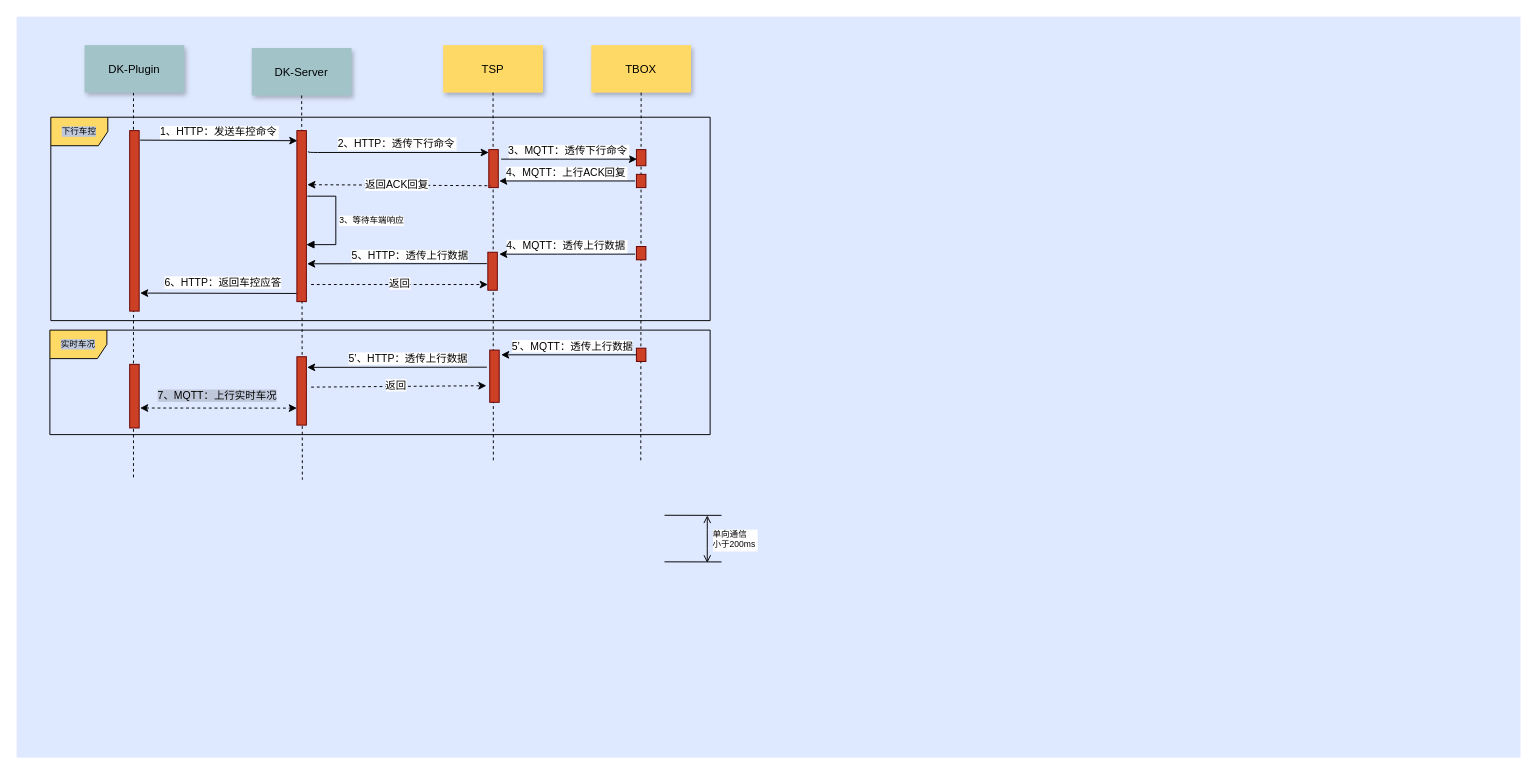
This is A02-Dk-Tsp细化tsp-tbox.drawio from jianguocong/chart, a draw.io file, before an edit. Source tidied: cells renumbered, new cells numbered last; positions are measured from the earlier drawing's top-left corner, leaving out a move shared by most shapes. Both pictures are drawn from the tidied source at 95%, with x=0, y=0 at pixel (16, 16).
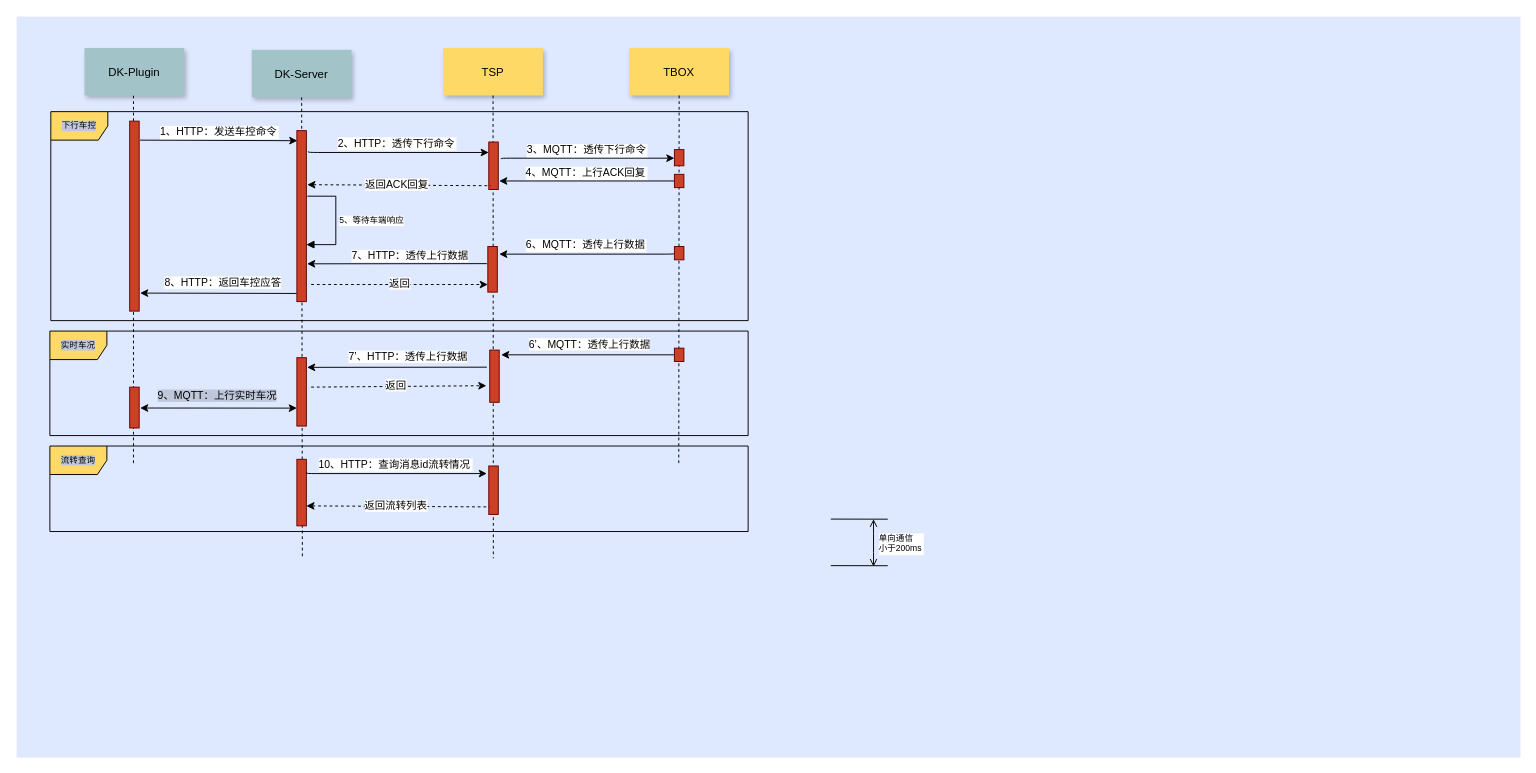
The same page after the edit.

Unchanged cells that the change refers to:
```xml
<mxCell id="2" style="fillColor=#DEE8FF;strokeColor=none;" parent="1" vertex="1">
  <mxGeometry width="1583" height="780" as="geometry" />
</mxCell>
<mxCell id="18" style="edgeStyle=none;verticalLabelPosition=top;verticalAlign=bottom;endArrow=none;startArrow=classic;entryX=0;entryY=1;entryDx=0;entryDy=0;exitX=0.975;exitY=0.54;exitDx=0;exitDy=0;exitPerimeter=0;" parent="1" edge="1">
  <mxGeometry x="375" y="189.5" as="geometry">
    <mxPoint x="305.8" y="260.2" as="sourcePoint" />
    <mxPoint x="495" y="260" as="targetPoint" />
  </mxGeometry>
</mxCell>
<mxCell id="20" style="edgeStyle=none;verticalLabelPosition=top;verticalAlign=bottom;endArrow=none;startArrow=classic;entryX=-0.033;entryY=0.63;entryDx=0;entryDy=0;entryPerimeter=0;" parent="1" edge="1">
  <mxGeometry x="200.7" y="214.5" as="geometry">
    <mxPoint x="130" y="291" as="sourcePoint" />
    <mxPoint x="294.7" y="291.4" as="targetPoint" />
  </mxGeometry>
</mxCell>
<mxCell id="27" style="edgeStyle=none;verticalLabelPosition=top;verticalAlign=bottom;endArrow=none;startArrow=classic;entryX=0;entryY=1;entryDx=0;entryDy=0;exitX=0.975;exitY=0.54;exitDx=0;exitDy=0;exitPerimeter=0;" parent="1" edge="1">
  <mxGeometry x="375" y="298.5" as="geometry">
    <mxPoint x="305.8" y="369.2" as="sourcePoint" />
    <mxPoint x="495" y="369" as="targetPoint" />
  </mxGeometry>
</mxCell>
```

The edit, as a diff of the source:
```diff
@@
     <mxCell id="3" value="实时车况" style="shape=umlFrame;whiteSpace=wrap;html=1;labelBackgroundColor=#BFC8DB;fontSize=9;fillColor=#FFD966;" parent="1" vertex="1">
-      <mxGeometry x="35" y="330" width="695" height="110" as="geometry" />
+      <mxGeometry x="35" y="331" width="735" height="110" as="geometry" />
     </mxCell>
     <mxCell id="4" value="下行车控" style="shape=umlFrame;whiteSpace=wrap;html=1;labelBackgroundColor=#BFC8DB;fontSize=9;fillColor=#FFD966;" parent="1" vertex="1">
-      <mxGeometry x="36" y="105.9" width="694" height="214.1" as="geometry" />
+      <mxGeometry x="36" y="100" width="734" height="220" as="geometry" />
     </mxCell>
     <mxCell id="5" value="DK-Server" style="shadow=1;fillColor=#A2C4C9;strokeColor=none;" parent="1" vertex="1">
-      <mxGeometry x="247.5" y="33" width="105" height="50" as="geometry" />
+      <mxGeometry x="247.5" y="35" width="105" height="50" as="geometry" />
     </mxCell>
-    <mxCell id="6" style="edgeStyle=none;endArrow=none;dashed=1;entryX=0.19;entryY=0.625;entryDx=0;entryDy=0;entryPerimeter=0;" parent="1" edge="1" source="5" target="2">
+    <mxCell id="6" style="edgeStyle=none;endArrow=none;dashed=1;entryX=0.19;entryY=0.731;entryDx=0;entryDy=0;entryPerimeter=0;" parent="1" edge="1" source="5" target="2">
       <mxGeometry x="224.8" y="168" as="geometry" />
     </mxCell>
@@
-    <mxCell id="9" style="edgeStyle=elbowEdgeStyle;elbow=horizontal;endArrow=none;dashed=1;entryX=0.078;entryY=0.625;entryDx=0;entryDy=0;entryPerimeter=0;" parent="1" edge="1" source="31" target="2">
-      <mxGeometry x="230" y="310" as="geometry" />
+    <mxCell id="9" style="edgeStyle=elbowEdgeStyle;elbow=horizontal;endArrow=none;dashed=1;" parent="1" edge="1" source="31">
+      <mxGeometry x="230" y="310" as="geometry">
+        <mxPoint x="123" y="470" as="targetPoint" />
+      </mxGeometry>
     </mxCell>
-    <mxCell id="10" style="edgeStyle=none;verticalLabelPosition=top;verticalAlign=bottom;endArrow=classic;startArrow=classic;dashed=1;entryX=0.1;entryY=0.915;entryDx=0;entryDy=0;entryPerimeter=0;endFill=1;" parent="1" edge="1">
+    <mxCell id="10" style="edgeStyle=none;verticalLabelPosition=top;verticalAlign=bottom;endArrow=classic;startArrow=classic;entryX=0.1;entryY=0.915;entryDx=0;entryDy=0;entryPerimeter=0;endFill=1;" parent="1" edge="1">
       <mxGeometry x="219" y="316.3" as="geometry">
         <mxPoint x="130" y="412" as="sourcePoint" />
         <mxPoint x="295" y="412.1" as="targetPoint" />
       </mxGeometry>
     </mxCell>
-    <mxCell id="11" value="7、MQTT：上行实时车况" style="edgeLabel;html=1;align=center;verticalAlign=middle;labelBackgroundColor=#BFC8DB;" parent="10" vertex="1">
+    <mxCell id="11" value="9、MQTT：上行实时车况" style="edgeLabel;html=1;align=center;verticalAlign=middle;labelBackgroundColor=#BFC8DB;" parent="10" vertex="1">
       <mxGeometry relative="1" as="geometry">
         <mxPoint x="-2" y="-14" as="offset" />
       </mxGeometry>
     </mxCell>
     <mxCell id="12" style="fillColor=#CC4125;strokeColor=#660000;" parent="1" vertex="1">
-      <mxGeometry x="119" y="120" width="10" height="190" as="geometry" />
+      <mxGeometry x="119" y="110" width="10" height="200" as="geometry" />
     </mxCell>
     <mxCell id="13" value="TSP" style="shadow=1;fillColor=#FFD966;strokeColor=none;" parent="1" vertex="1">
-      <mxGeometry x="449" y="30" width="105" height="50" as="geometry" />
+      <mxGeometry x="449" y="33" width="105" height="50" as="geometry" />
     </mxCell>
-    <mxCell id="14" style="edgeStyle=none;endArrow=none;dashed=1;entryX=0.317;entryY=0.6;entryDx=0;entryDy=0;entryPerimeter=0;" parent="1" edge="1" source="13" target="2">
+    <mxCell id="14" style="edgeStyle=none;endArrow=none;dashed=1;entryX=0.317;entryY=0.731;entryDx=0;entryDy=0;entryPerimeter=0;" parent="1" edge="1" source="13" target="2">
       <mxGeometry x="614.5" y="175" as="geometry" />
     </mxCell>
     <mxCell id="15" style="fillColor=#CC4125;strokeColor=#660000;" parent="1" vertex="1">
-      <mxGeometry x="497" y="140" width="10" height="40" as="geometry" />
+      <mxGeometry x="497" y="132" width="10" height="50" as="geometry" />
     </mxCell>
     <mxCell id="16" value="TBOX" style="shadow=1;fillColor=#FFD966;strokeColor=none;" parent="1" vertex="1">
-      <mxGeometry x="604.9" y="30" width="105" height="50" as="geometry" />
+      <mxGeometry x="644.9" y="33" width="105" height="50" as="geometry" />
     </mxCell>
@@
-    <mxCell id="19" value="5、HTTP：透传上行数据" style="edgeLabel;html=1;align=center;verticalAlign=middle;" parent="18" vertex="1">
+    <mxCell id="19" value="7、HTTP：透传上行数据" style="edgeLabel;html=1;align=center;verticalAlign=middle;" parent="18" vertex="1">
       <mxGeometry relative="1" as="geometry">
         <mxPoint x="13" y="-9" as="offset" />
       </mxGeometry>
     </mxCell>
@@
-    <mxCell id="21" value="6、HTTP：返回车控应答" style="edgeLabel;html=1;align=center;verticalAlign=middle;" parent="20" vertex="1">
+    <mxCell id="21" value="8、HTTP：返回车控应答" style="edgeLabel;html=1;align=center;verticalAlign=middle;" parent="20" vertex="1">
       <mxGeometry relative="1" as="geometry">
         <mxPoint x="5" y="-12" as="offset" />
       </mxGeometry>
     </mxCell>
@@
-    <mxCell id="26" value="3、等待车端响应" style="edgeStyle=orthogonalEdgeStyle;html=1;align=left;spacingLeft=2;endArrow=block;rounded=0;entryX=1;entryY=0.5;fontSize=9;entryDx=0;entryDy=0;" parent="1" edge="1">
+    <mxCell id="26" value="5、等待车端响应" style="edgeStyle=orthogonalEdgeStyle;html=1;align=left;spacingLeft=2;endArrow=block;rounded=0;entryX=1;entryY=0.5;fontSize=9;entryDx=0;entryDy=0;" parent="1" edge="1">
       <mxGeometry relative="1" as="geometry">
         <mxPoint x="306" y="189" as="sourcePoint" />
         <mxPoint x="305" y="240" as="targetPoint" />
         <Array as="points">
           <mxPoint x="336" y="189" />
           <mxPoint x="336" y="240" />
         </Array>
       </mxGeometry>
     </mxCell>
@@
-    <mxCell id="28" value="5’、HTTP：透传上行数据" style="edgeLabel;html=1;align=center;verticalAlign=middle;" parent="27" vertex="1">
+    <mxCell id="28" value="7’、HTTP：透传上行数据" style="edgeLabel;html=1;align=center;verticalAlign=middle;" parent="27" vertex="1">
       <mxGeometry relative="1" as="geometry">
-        <mxPoint x="11" y="-10" as="offset" />
+        <mxPoint x="11" y="-12" as="offset" />
       </mxGeometry>
     </mxCell>
@@
     <mxCell id="31" value="DK-Plugin" style="shadow=1;fillColor=#A2C4C9;strokeColor=none;" parent="1" vertex="1">
-      <mxGeometry x="71.5" y="30" width="105" height="50" as="geometry" />
+      <mxGeometry x="71.5" y="33" width="105" height="50" as="geometry" />
     </mxCell>
     <mxCell id="32" value="单向通信&#10;小于200ms" style="edgeStyle=elbowEdgeStyle;elbow=horizontal;startArrow=open;endArrow=open;labelPosition=left;align=left;fontSize=9;" parent="1" edge="1">
-      <mxGeometry x="-29" y="223.7" as="geometry">
-        <mxPoint x="727" y="525" as="sourcePoint" />
-        <mxPoint x="727" y="575" as="targetPoint" />
+      <mxGeometry x="146" y="227.7" as="geometry">
+        <mxPoint x="902" y="529" as="sourcePoint" />
+        <mxPoint x="902" y="579" as="targetPoint" />
         <mxPoint x="4" as="offset" />
       </mxGeometry>
     </mxCell>
     <mxCell id="33" style="edgeStyle=none;verticalLabelPosition=top;verticalAlign=bottom;endArrow=none;startArrow=none;exitX=0.9;exitY=0.533;exitDx=0;exitDy=0;exitPerimeter=0;startFill=0;" parent="1" edge="1">
-      <mxGeometry x="725" y="324.2" as="geometry">
-        <mxPoint x="682" y="524.9" as="sourcePoint" />
-        <mxPoint x="742" y="525" as="targetPoint" />
+      <mxGeometry x="900" y="328.2" as="geometry">
+        <mxPoint x="857" y="528.9" as="sourcePoint" />
+        <mxPoint x="917" y="529" as="targetPoint" />
       </mxGeometry>
     </mxCell>
     <mxCell id="34" style="edgeStyle=none;verticalLabelPosition=top;verticalAlign=bottom;endArrow=none;startArrow=none;exitX=0.9;exitY=0.533;exitDx=0;exitDy=0;exitPerimeter=0;startFill=0;" parent="1" edge="1">
-      <mxGeometry x="725" y="373.2" as="geometry">
-        <mxPoint x="682" y="573.9" as="sourcePoint" />
-        <mxPoint x="742" y="574" as="targetPoint" />
+      <mxGeometry x="900" y="377.2" as="geometry">
+        <mxPoint x="857" y="577.9" as="sourcePoint" />
+        <mxPoint x="917" y="578" as="targetPoint" />
       </mxGeometry>
     </mxCell>
-    <mxCell id="35" style="edgeStyle=none;verticalLabelPosition=top;verticalAlign=bottom;endArrow=none;startArrow=classic;" parent="1" edge="1">
+    <mxCell id="35" style="edgeStyle=none;verticalLabelPosition=top;verticalAlign=bottom;endArrow=none;startArrow=classic;entryX=0;entryY=0.5;entryDx=0;entryDy=0;" parent="1" edge="1" target="47">
       <mxGeometry x="573" y="285.5" as="geometry">
         <mxPoint x="510" y="356" as="sourcePoint" />
-        <mxPoint x="655" y="356" as="targetPoint" />
       </mxGeometry>
     </mxCell>
-    <mxCell id="36" value="5’、MQTT：透传上行数据" style="edgeLabel;html=1;align=center;verticalAlign=middle;" parent="35" vertex="1">
+    <mxCell id="36" value="6’、MQTT：透传上行数据" style="edgeLabel;html=1;align=center;verticalAlign=middle;" parent="35" vertex="1">
       <mxGeometry relative="1" as="geometry">
-        <mxPoint x="1" y="-10" as="offset" />
+        <mxPoint x="1" y="-12" as="offset" />
       </mxGeometry>
     </mxCell>
-    <mxCell id="37" value="3、MQTT：透传下行命令" style="edgeStyle=elbowEdgeStyle;elbow=vertical;verticalLabelPosition=top;verticalAlign=bottom;entryX=0.3;entryY=0.113;entryDx=0;entryDy=0;entryPerimeter=0;" parent="1" edge="1">
+    <mxCell id="37" value="3、MQTT：透传下行命令" style="edgeStyle=elbowEdgeStyle;elbow=vertical;verticalLabelPosition=top;verticalAlign=bottom;entryX=0;entryY=0.5;entryDx=0;entryDy=0;" parent="1" edge="1" target="41">
       <mxGeometry y="-11" as="geometry">
         <mxPoint x="510" y="150" as="sourcePoint" />
-        <mxPoint x="653" y="150" as="targetPoint" />
         <mxPoint x="-1" as="offset" />
       </mxGeometry>
     </mxCell>
     <mxCell id="38" style="edgeStyle=none;endArrow=none;dashed=1;" parent="1" edge="1" source="16">
-      <mxGeometry x="582.2" y="165" as="geometry">
-        <mxPoint x="657" y="470" as="targetPoint" />
+      <mxGeometry x="622.2" y="165" as="geometry">
+        <mxPoint x="697" y="470" as="targetPoint" />
       </mxGeometry>
     </mxCell>
-    <mxCell id="39" value="4、MQTT：上行ACK回复" style="edgeStyle=elbowEdgeStyle;elbow=vertical;verticalLabelPosition=top;verticalAlign=bottom;entryX=0.3;entryY=0.113;entryDx=0;entryDy=0;entryPerimeter=0;startArrow=classic;startFill=1;endArrow=none;endFill=0;" parent="1" edge="1">
+    <mxCell id="39" value="4、MQTT：上行ACK回复" style="edgeStyle=elbowEdgeStyle;elbow=vertical;verticalLabelPosition=top;verticalAlign=bottom;entryX=0;entryY=0.5;entryDx=0;entryDy=0;startArrow=classic;startFill=1;endArrow=none;endFill=0;" parent="1" edge="1" target="40">
       <mxGeometry x="-2" y="-9" as="geometry">
         <mxPoint x="508" y="173" as="sourcePoint" />
-        <mxPoint x="651" y="173" as="targetPoint" />
         <mxPoint x="-1" as="offset" />
       </mxGeometry>
     </mxCell>
     <mxCell id="40" style="fillColor=#CC4125;strokeColor=#660000;" parent="1" vertex="1">
-      <mxGeometry x="652.4" y="166" width="10" height="14" as="geometry" />
+      <mxGeometry x="692.4" y="166" width="10" height="14" as="geometry" />
     </mxCell>
     <mxCell id="41" style="fillColor=#CC4125;strokeColor=#660000;" parent="1" vertex="1">
-      <mxGeometry x="652.4" y="140" width="10" height="17" as="geometry" />
+      <mxGeometry x="692.4" y="140" width="10" height="17" as="geometry" />
     </mxCell>
     <mxCell id="42" style="fillColor=#CC4125;strokeColor=#660000;" parent="1" vertex="1">
-      <mxGeometry x="496" y="248" width="10" height="40" as="geometry" />
+      <mxGeometry x="496" y="242" width="10" height="48" as="geometry" />
     </mxCell>
-    <mxCell id="43" value="4、MQTT：透传上行数据" style="edgeStyle=elbowEdgeStyle;elbow=vertical;verticalLabelPosition=top;verticalAlign=bottom;entryX=0.3;entryY=0.113;entryDx=0;entryDy=0;entryPerimeter=0;startArrow=classic;startFill=1;endArrow=none;endFill=0;" parent="1" edge="1">
+    <mxCell id="43" value="6、MQTT：透传上行数据" style="edgeStyle=elbowEdgeStyle;elbow=vertical;verticalLabelPosition=top;verticalAlign=bottom;entryX=0;entryY=0.5;entryDx=0;entryDy=0;startArrow=classic;startFill=1;endArrow=none;endFill=0;" parent="1" edge="1" target="44">
       <mxGeometry x="-2" y="68" as="geometry">
         <mxPoint x="508" y="250" as="sourcePoint" />
-        <mxPoint x="651" y="250" as="targetPoint" />
+        <Array as="points">
+          <mxPoint x="670" y="250" />
+        </Array>
         <mxPoint x="-1" as="offset" />
       </mxGeometry>
     </mxCell>
     <mxCell id="44" style="fillColor=#CC4125;strokeColor=#660000;" parent="1" vertex="1">
-      <mxGeometry x="652.4" y="242" width="10" height="14" as="geometry" />
+      <mxGeometry x="692.4" y="242" width="10" height="14" as="geometry" />
     </mxCell>
     <mxCell id="45" style="fillColor=#CC4125;strokeColor=#660000;" parent="1" vertex="1">
-      <mxGeometry x="295" y="358" width="10" height="72" as="geometry" />
+      <mxGeometry x="295" y="359" width="10" height="72" as="geometry" />
     </mxCell>
@@
     <mxCell id="47" style="fillColor=#CC4125;strokeColor=#660000;" parent="1" vertex="1">
-      <mxGeometry x="652.4" y="349" width="10" height="14" as="geometry" />
+      <mxGeometry x="692.4" y="349" width="10" height="14" as="geometry" />
     </mxCell>
     <mxCell id="48" style="fillColor=#CC4125;strokeColor=#660000;" parent="1" vertex="1">
-      <mxGeometry x="119" y="366" width="10" height="67" as="geometry" />
+      <mxGeometry x="119" y="390" width="10" height="43" as="geometry" />
     </mxCell>
+    <mxCell id="49" style="fillColor=#CC4125;strokeColor=#660000;" parent="1" vertex="1">
+      <mxGeometry x="295" y="466" width="10" height="70" as="geometry" />
+    </mxCell>
+    <mxCell id="50" value="10、HTTP：查询消息id流转情况" style="edgeStyle=elbowEdgeStyle;elbow=vertical;verticalLabelPosition=top;verticalAlign=bottom;entryX=0.3;entryY=0.113;entryDx=0;entryDy=0;entryPerimeter=0;exitX=1.5;exitY=0.091;exitDx=0;exitDy=0;exitPerimeter=0;" parent="1" edge="1">
+      <mxGeometry x="-2" y="338" as="geometry">
+        <mxPoint x="305" y="480" as="sourcePoint" />
+        <mxPoint x="495" y="481" as="targetPoint" />
+        <mxPoint x="-2" as="offset" />
+      </mxGeometry>
+    </mxCell>
+    <mxCell id="51" style="fillColor=#CC4125;strokeColor=#660000;" parent="1" vertex="1">
+      <mxGeometry x="497" y="473" width="10" height="51" as="geometry" />
+    </mxCell>
+    <mxCell id="52" style="edgeStyle=none;verticalLabelPosition=top;verticalAlign=bottom;endArrow=none;startArrow=classic;dashed=1;entryX=0;entryY=1;entryDx=0;entryDy=0;exitX=0.9;exitY=0.533;exitDx=0;exitDy=0;exitPerimeter=0;" parent="1" edge="1">
+      <mxGeometry x="378" y="445.6" as="geometry">
+        <mxPoint x="305" y="515" as="sourcePoint" />
+        <mxPoint x="498" y="516.1" as="targetPoint" />
+      </mxGeometry>
+    </mxCell>
+    <mxCell id="53" value="返回流转列表" style="edgeLabel;html=1;align=center;verticalAlign=middle;" parent="52" vertex="1">
+      <mxGeometry relative="1" as="geometry">
+        <mxPoint x="-3" y="-1" as="offset" />
+      </mxGeometry>
+    </mxCell>
+    <mxCell id="54" value="流转查询" style="shape=umlFrame;whiteSpace=wrap;html=1;labelBackgroundColor=#BFC8DB;fontSize=9;fillColor=#FFD966;" parent="1" vertex="1">
+      <mxGeometry x="35" y="452" width="735" height="90" as="geometry" />
+    </mxCell>
```
